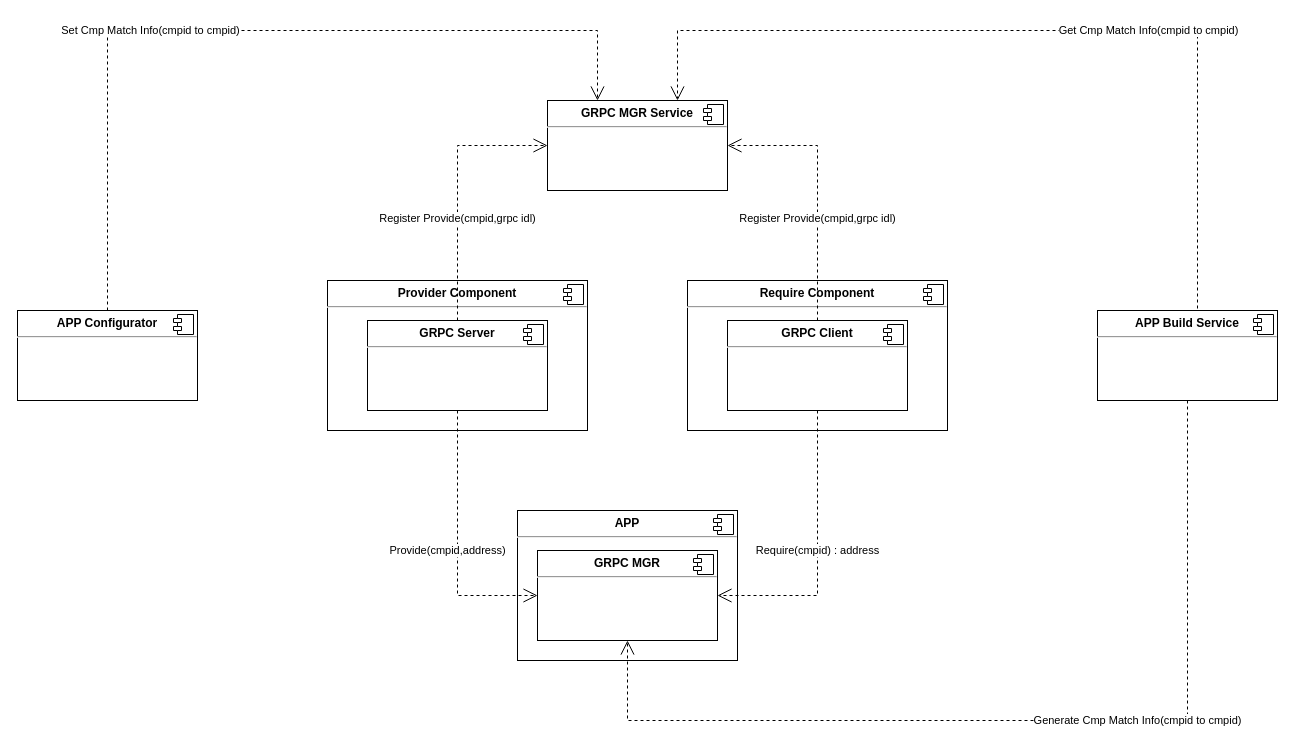
kwhitestone/drawio keeps this draw.io diagram as page "GRPC 解耦方案设计" (25 of 25) of nd-apf.drawio. Above is the earlier version. Source tidied: cells renumbered, new cells numbered last; positions are measured from the earlier drawing's top-left corner, leaving out a move shared by most shapes. Both pictures are drawn from the tidied source at 100%, with x=0, y=0 at pixel (17, 30).
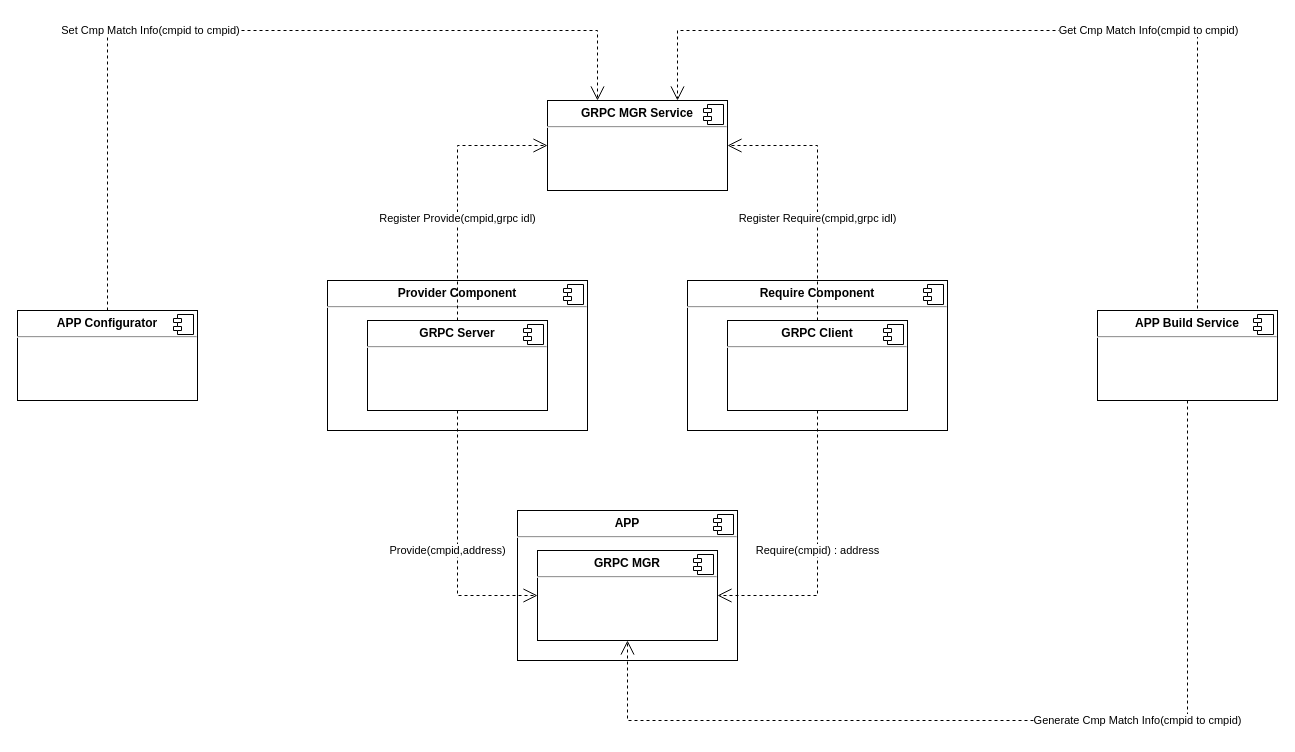
After the change.

The change refers to these unchanged cells:
```xml
<mxCell id="8" value="&lt;p style=&quot;margin:0px;margin-top:6px;text-align:center;&quot;&gt;&lt;b&gt;GRPC Client&lt;/b&gt;&lt;/p&gt;&lt;hr&gt;&lt;p style=&quot;margin:0px;margin-left:8px;&quot;&gt;&lt;br&gt;&lt;/p&gt;" style="align=left;overflow=fill;html=1;whiteSpace=wrap;" parent="1" vertex="1">
  <mxGeometry x="710" y="290" width="180" height="90" as="geometry" />
</mxCell>
<mxCell id="16" value="&lt;p style=&quot;margin:0px;margin-top:6px;text-align:center;&quot;&gt;&lt;b&gt;GRPC MGR Service&lt;/b&gt;&lt;/p&gt;&lt;hr&gt;&lt;p style=&quot;margin:0px;margin-left:8px;&quot;&gt;&lt;br&gt;&lt;/p&gt;" style="align=left;overflow=fill;html=1;whiteSpace=wrap;" parent="1" vertex="1">
  <mxGeometry x="530" y="70" width="180" height="90" as="geometry" />
</mxCell>
```

Change to the diagram source:
```diff
@@
-    <mxCell id="19" value="Register Provide(cmpid,grpc idl)" style="endArrow=open;endSize=12;dashed=1;html=1;rounded=0;entryX=1;entryY=0.5;entryDx=0;entryDy=0;edgeStyle=orthogonalEdgeStyle;exitX=0.5;exitY=0;exitDx=0;exitDy=0;" parent="1" edge="1" source="8" target="16">
+    <mxCell id="19" value="Register Require(cmpid,grpc idl)" style="endArrow=open;endSize=12;dashed=1;html=1;rounded=0;entryX=1;entryY=0.5;entryDx=0;entryDy=0;edgeStyle=orthogonalEdgeStyle;exitX=0.5;exitY=0;exitDx=0;exitDy=0;" parent="1" edge="1" source="8" target="16">
       <mxGeometry x="-0.23" relative="1" as="geometry" />
     </mxCell>
```
